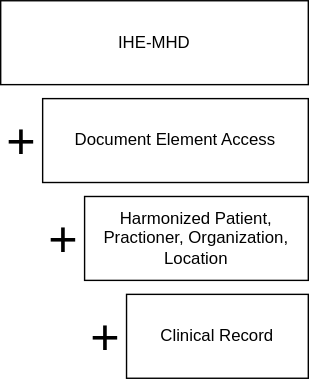
euridice-org/jwg-api keeps this draw.io diagram as images/ehr-system-data-access.svg. Above is the earlier version. Source tidied: cells renumbered, new cells last; positions are measured from the earlier drawing's top-left corner, leaving out a move shared by most shapes. Its diagram source:
```xml
<mxGraphModel>
  <root>
    <mxCell id="0" />
    <mxCell id="1" parent="0" />
    <mxCell id="2" value="IHE-MHD" style="whiteSpace=wrap;html=1;" parent="1" vertex="1">
      <mxGeometry width="220" height="60" as="geometry" />
    </mxCell>
    <mxCell id="3" value="Document Element Access" style="whiteSpace=wrap;html=1;" parent="1" vertex="1">
      <mxGeometry x="30" y="70" width="190" height="60" as="geometry" />
    </mxCell>
    <mxCell id="4" value="&lt;font style=&quot;font-size: 36px;&quot;&gt;+&lt;/font&gt;" style="text;strokeColor=none;align=center;fillColor=none;html=1;verticalAlign=middle;whiteSpace=wrap;rounded=0;" parent="1" vertex="1">
      <mxGeometry y="85" width="30" height="30" as="geometry" />
    </mxCell>
    <mxCell id="5" value="Harmonized Patient, Practioner, Organization, Location" style="whiteSpace=wrap;html=1;" parent="1" vertex="1">
      <mxGeometry x="60" y="140" width="160" height="60" as="geometry" />
    </mxCell>
    <mxCell id="6" value="&lt;font style=&quot;font-size: 36px;&quot;&gt;+&lt;/font&gt;" style="text;strokeColor=none;align=center;fillColor=none;html=1;verticalAlign=middle;whiteSpace=wrap;rounded=0;" parent="1" vertex="1">
      <mxGeometry x="30" y="155" width="30" height="30" as="geometry" />
    </mxCell>
    <mxCell id="7" value="Clinical Record" style="whiteSpace=wrap;html=1;" parent="1" vertex="1">
      <mxGeometry x="90" y="210" width="130" height="60" as="geometry" />
    </mxCell>
    <mxCell id="8" value="&lt;font style=&quot;font-size: 36px;&quot;&gt;+&lt;/font&gt;" style="text;strokeColor=none;align=center;fillColor=none;html=1;verticalAlign=middle;whiteSpace=wrap;rounded=0;" parent="1" vertex="1">
      <mxGeometry x="60" y="225" width="30" height="30" as="geometry" />
    </mxCell>
  </root>
</mxGraphModel>
```
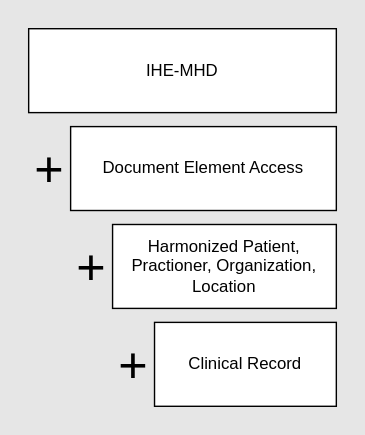
After the commit.

Change to the diagram source:
```diff
@@ -2,6 +2,9 @@
   <root>
     <mxCell id="0" />
     <mxCell id="1" parent="0" />
+    <mxCell id="9" style="whiteSpace=wrap;html=1;fillColor=#E6E6E6;strokeColor=#E6E6E6;" parent="1" vertex="1">
+      <mxGeometry x="-20" y="-20" width="260" height="310" as="geometry" />
+    </mxCell>
     <mxCell id="2" value="IHE-MHD" style="whiteSpace=wrap;html=1;" parent="1" vertex="1">
       <mxGeometry width="220" height="60" as="geometry" />
     </mxCell>
```
